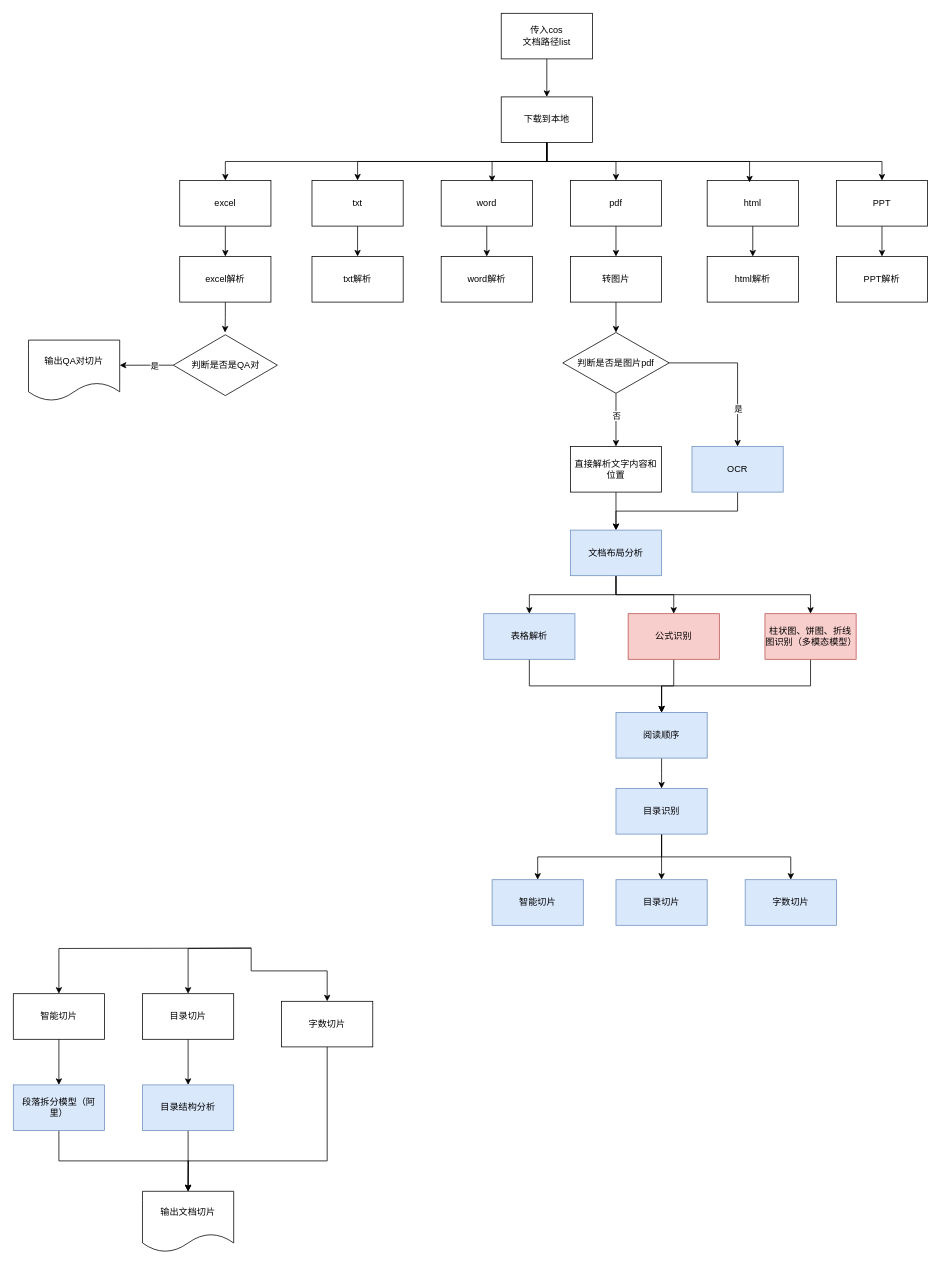
This is Untitled Diagram.drawio from archwolf118/AI, a draw.io file, before an edit. Source tidied: cells renumbered, new cells numbered last; positions are measured from the earlier drawing's top-left corner, leaving out a move shared by most shapes. Both pictures are drawn from the tidied source at 76%, with x=0, y=0 at pixel (13, 13).
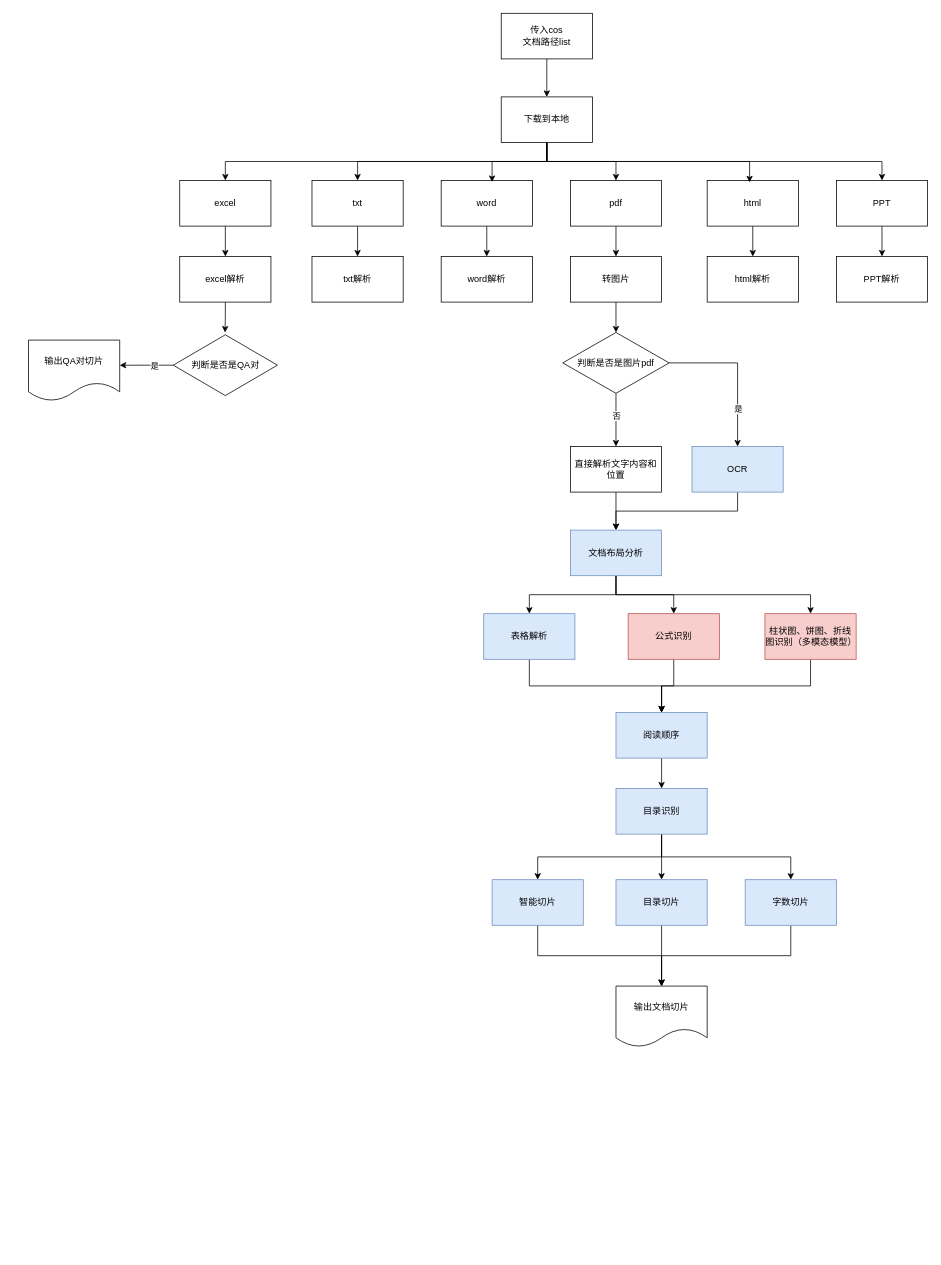
The same diagram, later.

The change refers to these unchanged cells:
```xml
<mxCell id="74" value="智能切片" style="rounded=0;whiteSpace=wrap;html=1;fillColor=#dae8fc;strokeColor=#6c8ebf;" parent="1" vertex="1">
  <mxGeometry x="630" y="1140" width="120" height="60" as="geometry" />
</mxCell>
<mxCell id="75" value="目录切片" style="rounded=0;whiteSpace=wrap;html=1;fillColor=#dae8fc;strokeColor=#6c8ebf;" parent="1" vertex="1">
  <mxGeometry x="793" y="1140" width="120" height="60" as="geometry" />
</mxCell>
<mxCell id="76" value="字数切片" style="rounded=0;whiteSpace=wrap;html=1;fillColor=#dae8fc;strokeColor=#6c8ebf;" parent="1" vertex="1">
  <mxGeometry x="963" y="1140" width="120" height="60" as="geometry" />
</mxCell>
```

Change to the diagram source:
```diff
@@
-    <mxCell id="56" style="edgeStyle=orthogonalEdgeStyle;rounded=0;jettySize=auto;html=1;exitX=0.5;exitY=1;exitDx=0;exitDy=0;entryX=0.5;entryY=0;entryDx=0;entryDy=0;" parent="1" edge="1" target="60">
-      <mxGeometry relative="1" as="geometry">
-        <mxPoint x="313" y="1230" as="sourcePoint" />
-      </mxGeometry>
-    </mxCell>
-    <mxCell id="57" style="edgeStyle=orthogonalEdgeStyle;rounded=0;jettySize=auto;html=1;exitX=0.5;exitY=1;exitDx=0;exitDy=0;entryX=0.5;entryY=0;entryDx=0;entryDy=0;" parent="1" edge="1" target="62">
-      <mxGeometry relative="1" as="geometry">
-        <mxPoint x="313" y="1230" as="sourcePoint" />
-        <Array as="points">
-          <mxPoint x="313" y="1260" />
-          <mxPoint x="413" y="1260" />
-        </Array>
-      </mxGeometry>
-    </mxCell>
-    <mxCell id="58" style="edgeStyle=orthogonalEdgeStyle;rounded=0;jettySize=auto;html=1;exitX=0.5;exitY=1;exitDx=0;exitDy=0;" parent="1" edge="1" target="64">
-      <mxGeometry relative="1" as="geometry">
-        <mxPoint x="313" y="1230" as="sourcePoint" />
-      </mxGeometry>
-    </mxCell>
-    <mxCell id="59" style="edgeStyle=orthogonalEdgeStyle;rounded=0;jettySize=auto;html=1;exitX=0.5;exitY=1;exitDx=0;exitDy=0;entryX=0.5;entryY=0;entryDx=0;entryDy=0;" parent="1" edge="1" source="60" target="66">
-      <mxGeometry relative="1" as="geometry" />
-    </mxCell>
-    <mxCell id="60" value="目录切片" style="rounded=0;whiteSpace=wrap;html=1;" parent="1" vertex="1">
-      <mxGeometry x="170" y="1290" width="120" height="60" as="geometry" />
-    </mxCell>
-    <mxCell id="61" style="edgeStyle=orthogonalEdgeStyle;rounded=0;jettySize=auto;html=1;exitX=0.5;exitY=1;exitDx=0;exitDy=0;entryX=0.5;entryY=0;entryDx=0;entryDy=0;" parent="1" edge="1" source="62" target="67">
-      <mxGeometry relative="1" as="geometry">
-        <Array as="points">
-          <mxPoint x="413" y="1510" />
-          <mxPoint x="230" y="1510" />
-        </Array>
-      </mxGeometry>
-    </mxCell>
-    <mxCell id="62" value="字数切片" style="rounded=0;whiteSpace=wrap;html=1;" parent="1" vertex="1">
-      <mxGeometry x="353" y="1300" width="120" height="60" as="geometry" />
-    </mxCell>
-    <mxCell id="63" style="edgeStyle=orthogonalEdgeStyle;rounded=0;jettySize=auto;html=1;exitX=0.5;exitY=1;exitDx=0;exitDy=0;entryX=0.5;entryY=0;entryDx=0;entryDy=0;" parent="1" edge="1" source="64" target="69">
-      <mxGeometry relative="1" as="geometry" />
-    </mxCell>
-    <mxCell id="64" value="智能切片" style="rounded=0;whiteSpace=wrap;html=1;" parent="1" vertex="1">
-      <mxGeometry y="1290" width="120" height="60" as="geometry" />
-    </mxCell>
-    <mxCell id="65" style="edgeStyle=orthogonalEdgeStyle;rounded=0;jettySize=auto;html=1;exitX=0.5;exitY=1;exitDx=0;exitDy=0;entryX=0.5;entryY=0;entryDx=0;entryDy=0;" parent="1" edge="1" source="66" target="67">
-      <mxGeometry relative="1" as="geometry" />
-    </mxCell>
-    <mxCell id="66" value="目录结构分析" style="rounded=0;whiteSpace=wrap;html=1;fillColor=#dae8fc;strokeColor=#6c8ebf;" parent="1" vertex="1">
-      <mxGeometry x="170" y="1410" width="120" height="60" as="geometry" />
-    </mxCell>
-    <mxCell id="67" value="输出文档切片" style="shape=document;whiteSpace=wrap;html=1;boundedLbl=1;" parent="1" vertex="1">
-      <mxGeometry x="170" y="1550" width="120" height="80" as="geometry" />
-    </mxCell>
-    <mxCell id="68" style="edgeStyle=orthogonalEdgeStyle;rounded=0;jettySize=auto;html=1;exitX=0.5;exitY=1;exitDx=0;exitDy=0;" parent="1" edge="1" source="69">
-      <mxGeometry relative="1" as="geometry">
-        <mxPoint x="230" y="1550" as="targetPoint" />
-      </mxGeometry>
-    </mxCell>
-    <mxCell id="69" value="段落拆分模型（阿里&lt;span style=&quot;background-color: initial;&quot;&gt;）&lt;/span&gt;" style="rounded=0;whiteSpace=wrap;html=1;fillColor=#dae8fc;strokeColor=#6c8ebf;" parent="1" vertex="1">
-      <mxGeometry y="1410" width="120" height="60" as="geometry" />
-    </mxCell>
@@
+    <mxCell id="77" style="edgeStyle=orthogonalEdgeStyle;rounded=0;jettySize=auto;html=1;exitX=0.5;exitY=1;exitDx=0;exitDy=0;entryX=0.5;entryY=0;entryDx=0;entryDy=0;" parent="1" edge="1" source="74" target="67">
+      <mxGeometry relative="1" as="geometry" />
+    </mxCell>
@@
+    <mxCell id="78" style="edgeStyle=orthogonalEdgeStyle;rounded=0;jettySize=auto;html=1;exitX=0.5;exitY=1;exitDx=0;exitDy=0;entryX=0.5;entryY=0;entryDx=0;entryDy=0;" parent="1" edge="1" source="75" target="67">
+      <mxGeometry relative="1" as="geometry" />
+    </mxCell>
@@
+    <mxCell id="79" style="edgeStyle=orthogonalEdgeStyle;rounded=0;jettySize=auto;html=1;exitX=0.5;exitY=1;exitDx=0;exitDy=0;entryX=0.5;entryY=0;entryDx=0;entryDy=0;" parent="1" edge="1" source="76" target="67">
+      <mxGeometry relative="1" as="geometry" />
+    </mxCell>
@@
+    <mxCell id="67" value="输出文档切片" style="shape=document;whiteSpace=wrap;html=1;boundedLbl=1;" parent="1" vertex="1">
+      <mxGeometry x="793" y="1280" width="120" height="80" as="geometry" />
+    </mxCell>
```
